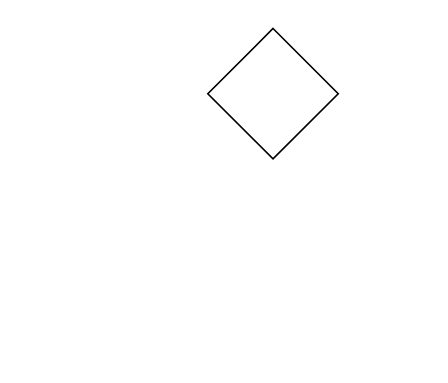
yjh695160046/diagrams keeps this draw.io diagram as 未命名绘图.drawio. Above is the earlier version. Source tidied: cells renumbered, new cells numbered last; positions are measured from the earlier drawing's top-left corner, leaving out a move shared by most shapes. Both pictures are drawn from the tidied source at 163%, with x=0, y=0 at pixel (207, 28).
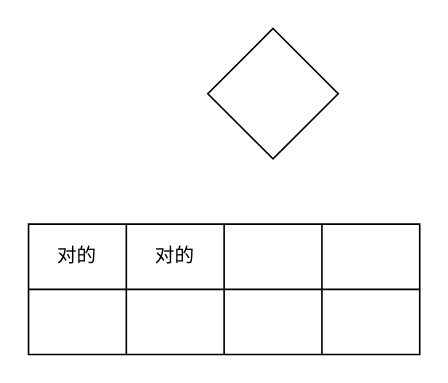
The same diagram, later.

Commit message (it also covers changes not shown here):
更新未命名绘图.drawio

What changed in the source:
```diff
@@
 <mxGraphModel>
   <root>
     <mxCell id="0" />
     <mxCell id="1" parent="0" />
     <mxCell id="2" style="rhombus;whiteSpace=wrap;html=1;" parent="1" vertex="1">
       <mxGeometry width="80" height="80" as="geometry" />
     </mxCell>
+    <mxCell id="3" style="shape=table;startSize=0;childLayout=tableLayout;" parent="1" vertex="1">
+      <mxGeometry x="-110" y="120" width="240" height="80" as="geometry" />
+    </mxCell>
+    <mxCell id="4" style="shape=partialRectangle;fillColor=none;top=0;left=0;bottom=0;right=0;" parent="3" vertex="1">
+      <mxGeometry width="240" height="40" as="geometry" />
+    </mxCell>
+    <mxCell id="5" value="对的" style="shape=partialRectangle;html=1;whiteSpace=wrap;overflow=hidden;fillColor=none;top=0;left=0;bottom=0;right=0;" parent="4" vertex="1">
+      <mxGeometry width="60" height="40" as="geometry" />
+    </mxCell>
+    <mxCell id="6" value="对的" style="shape=partialRectangle;html=1;whiteSpace=wrap;overflow=hidden;fillColor=none;top=0;left=0;bottom=0;right=0;" parent="4" vertex="1">
+      <mxGeometry x="60" width="60" height="40" as="geometry" />
+    </mxCell>
+    <mxCell id="7" style="shape=partialRectangle;html=1;whiteSpace=wrap;overflow=hidden;fillColor=none;top=0;left=0;bottom=0;right=0;" parent="4" vertex="1">
+      <mxGeometry x="120" width="60" height="40" as="geometry" />
+    </mxCell>
+    <mxCell id="8" style="shape=partialRectangle;html=1;whiteSpace=wrap;overflow=hidden;fillColor=none;top=0;left=0;bottom=0;right=0;" parent="4" vertex="1">
+      <mxGeometry x="180" width="60" height="40" as="geometry" />
+    </mxCell>
+    <mxCell id="9" style="shape=partialRectangle;fillColor=none;top=0;left=0;bottom=0;right=0;" parent="3" vertex="1">
+      <mxGeometry y="40" width="240" height="40" as="geometry" />
+    </mxCell>
+    <mxCell id="10" style="shape=partialRectangle;html=1;whiteSpace=wrap;overflow=hidden;fillColor=none;top=0;left=0;bottom=0;right=0;" parent="9" vertex="1">
+      <mxGeometry width="60" height="40" as="geometry" />
+    </mxCell>
+    <mxCell id="11" style="shape=partialRectangle;html=1;whiteSpace=wrap;overflow=hidden;fillColor=none;top=0;left=0;bottom=0;right=0;" parent="9" vertex="1">
+      <mxGeometry x="60" width="60" height="40" as="geometry" />
+    </mxCell>
+    <mxCell id="12" style="shape=partialRectangle;html=1;whiteSpace=wrap;overflow=hidden;fillColor=none;top=0;left=0;bottom=0;right=0;" parent="9" vertex="1">
+      <mxGeometry x="120" width="60" height="40" as="geometry" />
+    </mxCell>
+    <mxCell id="13" style="shape=partialRectangle;html=1;whiteSpace=wrap;overflow=hidden;fillColor=none;top=0;left=0;bottom=0;right=0;" parent="9" vertex="1">
+      <mxGeometry x="180" width="60" height="40" as="geometry" />
+    </mxCell>
   </root>
 </mxGraphModel>
```
